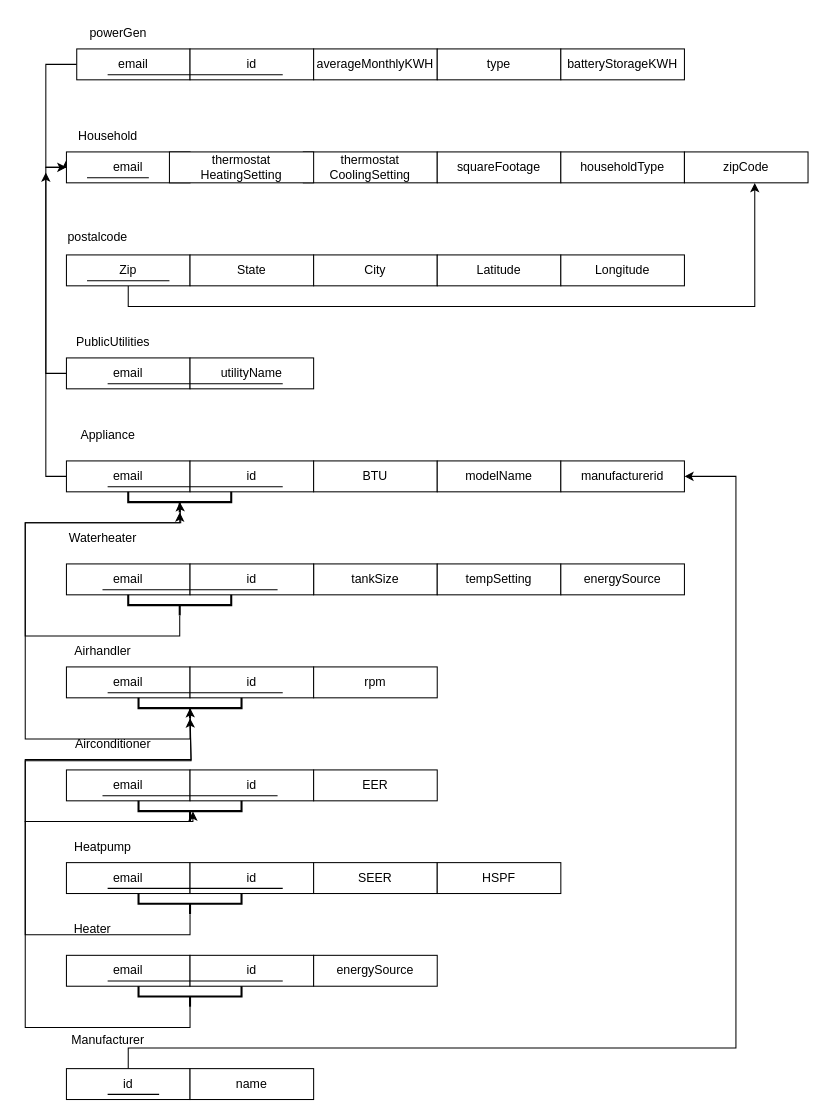
jhansi-siriprolu/MachineLearning keeps this draw.io diagram as Untitled Diagram.drawio. Above is the earlier version. Source tidied: cells renumbered, new cells numbered last; positions are measured from the earlier drawing's top-left corner, leaving out a move shared by most shapes. Both pictures are drawn from the tidied source at 103%, with x=0, y=0 at pixel (25, 18).
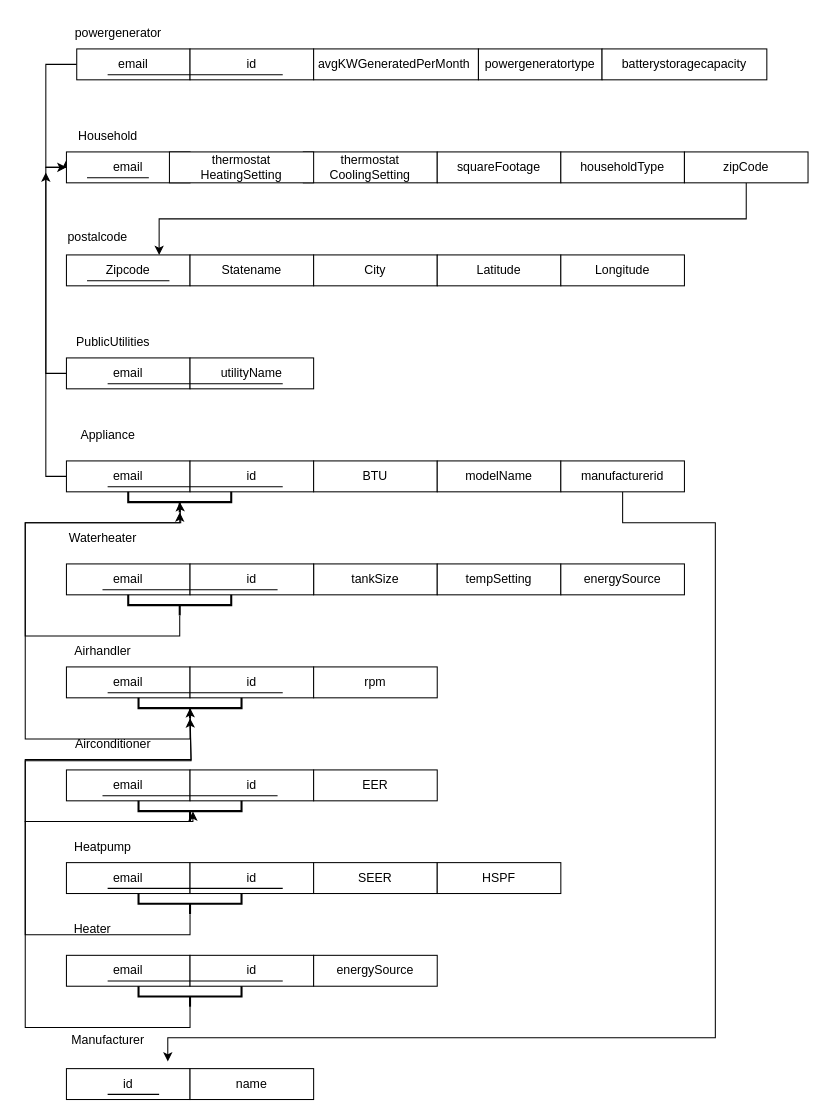
Above is the later version.

The change refers to these unchanged cells:
```xml
<mxCell id="11" value="zipCode " style="rounded=0;whiteSpace=wrap;html=1;" parent="1" vertex="1">
  <mxGeometry x="640" y="130" width="120" height="30" as="geometry" />
</mxCell>
<mxCell id="29" value="manufacturerid" style="rounded=0;whiteSpace=wrap;html=1;" parent="1" vertex="1">
  <mxGeometry x="520" y="430" width="120" height="30" as="geometry" />
</mxCell>
<mxCell id="41" value="id" style="rounded=0;whiteSpace=wrap;html=1;" parent="1" vertex="1">
  <mxGeometry x="40" y="1020" width="120" height="30" as="geometry" />
</mxCell>
```

The edit, as a diff of the source:
```diff
@@
-    <mxCell id="5" value="averageMonthlyKWH " style="rounded=0;whiteSpace=wrap;html=1;" parent="1" vertex="1">
-      <mxGeometry x="280" y="30" width="120" height="30" as="geometry" />
+    <mxCell id="5" value="avgKWGeneratedPerMonth&amp;nbsp;" style="rounded=0;whiteSpace=wrap;html=1;" parent="1" vertex="1">
+      <mxGeometry x="280" y="30" width="160" height="30" as="geometry" />
     </mxCell>
-    <mxCell id="6" value="type " style="rounded=0;whiteSpace=wrap;html=1;" parent="1" vertex="1">
-      <mxGeometry x="400" y="30" width="120" height="30" as="geometry" />
+    <mxCell id="6" value="powergeneratortype " style="rounded=0;whiteSpace=wrap;html=1;" parent="1" vertex="1">
+      <mxGeometry x="440" y="30" width="120" height="30" as="geometry" />
     </mxCell>
-    <mxCell id="7" value="batteryStorageKWH " style="rounded=0;whiteSpace=wrap;html=1;" parent="1" vertex="1">
-      <mxGeometry x="520" y="30" width="120" height="30" as="geometry" />
+    <mxCell id="7" value="batterystoragecapacity " style="rounded=0;whiteSpace=wrap;html=1;" parent="1" vertex="1">
+      <mxGeometry x="560" y="30" width="160" height="30" as="geometry" />
     </mxCell>
@@
+    <mxCell id="83" style="edgeStyle=orthogonalEdgeStyle;rounded=0;jettySize=auto;html=1;exitX=0.5;exitY=1;exitDx=0;exitDy=0;entryX=0.75;entryY=0;entryDx=0;entryDy=0;" parent="1" edge="1" source="11" target="13">
+      <mxGeometry relative="1" as="geometry" />
+    </mxCell>
@@
-    <mxCell id="12" style="edgeStyle=orthogonalEdgeStyle;rounded=0;jettySize=auto;html=1;exitX=0.5;exitY=1;exitDx=0;exitDy=0;entryX=0.569;entryY=1.009;entryDx=0;entryDy=0;entryPerimeter=0;" parent="1" edge="1" source="13" target="11">
-      <mxGeometry relative="1" as="geometry" />
-    </mxCell>
-    <mxCell id="13" value="Zip" style="rounded=0;whiteSpace=wrap;html=1;" parent="1" vertex="1">
+    <mxCell id="13" value="Zipcode" style="rounded=0;whiteSpace=wrap;html=1;" parent="1" vertex="1">
       <mxGeometry x="40" y="230" width="120" height="30" as="geometry" />
     </mxCell>
-    <mxCell id="14" value="State" style="rounded=0;whiteSpace=wrap;html=1;" parent="1" vertex="1">
+    <mxCell id="14" value="Statename" style="rounded=0;whiteSpace=wrap;html=1;" parent="1" vertex="1">
       <mxGeometry x="160" y="230" width="120" height="30" as="geometry" />
     </mxCell>
@@
+    <mxCell id="84" style="edgeStyle=orthogonalEdgeStyle;rounded=0;jettySize=auto;html=1;exitX=0.5;exitY=1;exitDx=0;exitDy=0;entryX=0.82;entryY=-0.233;entryDx=0;entryDy=0;entryPerimeter=0;" parent="1" edge="1" source="29" target="41">
+      <mxGeometry relative="1" as="geometry">
+        <Array as="points">
+          <mxPoint x="580" y="490" />
+          <mxPoint x="670" y="490" />
+          <mxPoint x="670" y="990" />
+          <mxPoint x="138" y="990" />
+        </Array>
+      </mxGeometry>
+    </mxCell>
@@
-    <mxCell id="40" style="edgeStyle=orthogonalEdgeStyle;rounded=0;jettySize=auto;html=1;exitX=0.5;exitY=0;exitDx=0;exitDy=0;" parent="1" edge="1" source="41" target="29">
-      <mxGeometry relative="1" as="geometry">
-        <Array as="points">
-          <mxPoint x="100" y="1000" />
-          <mxPoint x="690" y="1000" />
-          <mxPoint x="690" y="445" />
-        </Array>
-      </mxGeometry>
-    </mxCell>
@@
-    <mxCell id="44" value="powerGen" style="text;html=1;align=center;verticalAlign=middle;strokeColor=none;fillColor=none;" parent="1" vertex="1">
-      <mxGeometry x="50" width="80" height="30" as="geometry" />
+    <mxCell id="44" value="powergenerator" style="text;html=1;align=center;verticalAlign=middle;strokeColor=none;fillColor=none;" parent="1" vertex="1">
+      <mxGeometry x="35" width="110" height="30" as="geometry" />
     </mxCell>
```
